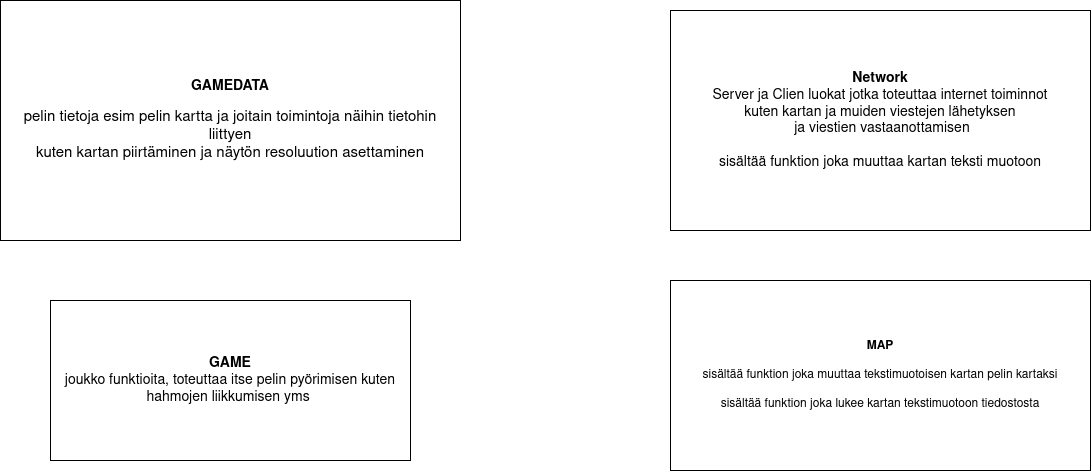
The draw.io diagram documentation/suomenkielinen/kaaviot/ohjelman rakenne.png in andrew-karppinen/kallio, before a commit. Source tidied: cells renumbered, new cells last; positions are measured from the earlier drawing's top-left corner, leaving out a move shared by most shapes.
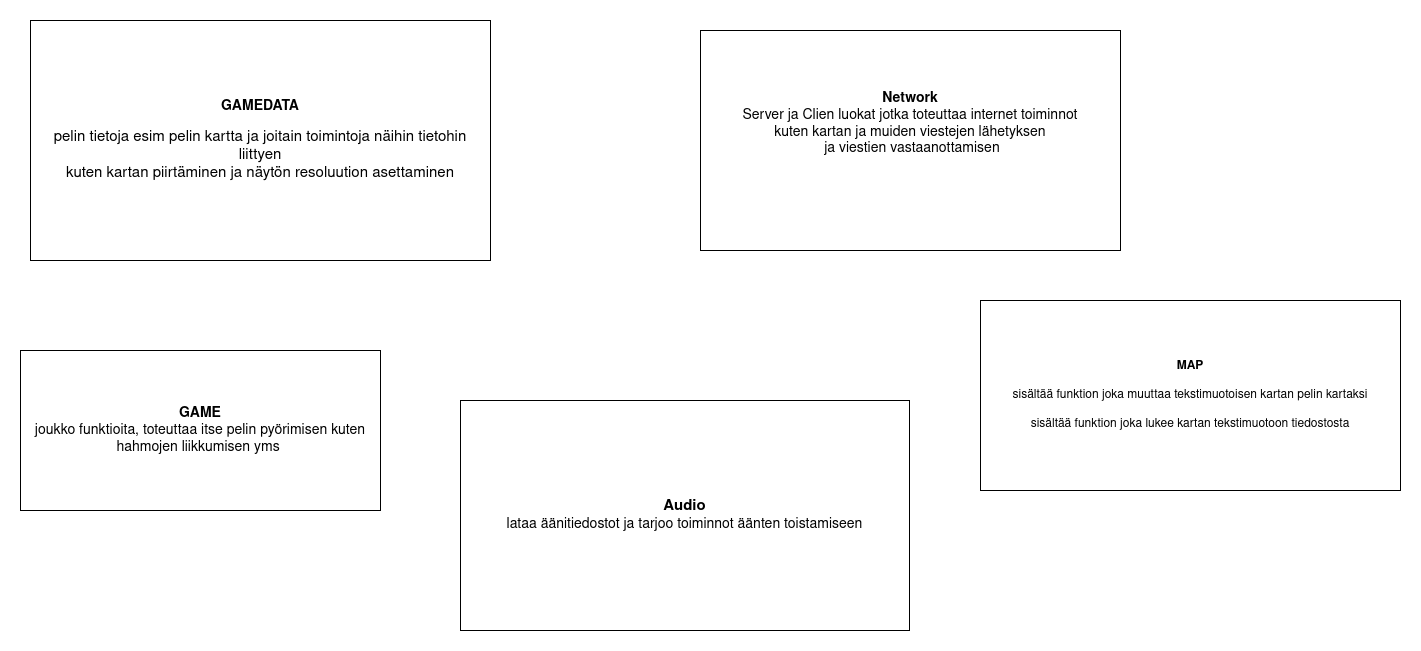
After the change.

Change to the diagram source:
```diff
@@ -3,16 +3,19 @@
     <mxCell id="0" />
     <mxCell id="1" parent="0" />
     <mxCell id="2" value="&lt;div&gt;&lt;font style=&quot;font-size: 14px;&quot;&gt;&lt;b&gt;GAMEDATA&lt;/b&gt;&lt;/font&gt;&lt;/div&gt;&lt;div&gt;&lt;br&gt;&lt;/div&gt;&lt;div style=&quot;font-size: 15px;&quot;&gt;pelin tietoja esim pelin kartta ja joitain toimintoja näihin tietohin liittyen&lt;/div&gt;&lt;div style=&quot;font-size: 15px;&quot;&gt;kuten kartan piirtäminen ja näytön resoluution asettaminen&lt;br&gt;&lt;/div&gt;" style="rounded=0;whiteSpace=wrap;html=1;" parent="1" vertex="1">
-      <mxGeometry width="460" height="240" as="geometry" />
+      <mxGeometry y="100" width="460" height="240" as="geometry" />
     </mxCell>
     <mxCell id="3" value="&lt;div style=&quot;font-size: 14px;&quot;&gt;&lt;b&gt;&lt;font style=&quot;font-size: 14px;&quot;&gt;GAME&lt;/font&gt;&lt;/b&gt;&lt;/div&gt;&lt;div style=&quot;font-size: 14px;&quot;&gt;&lt;font style=&quot;font-size: 14px;&quot;&gt;joukko funktioita, toteuttaa itse pelin pyörimisen kuten hahmojen liikkumisen yms&amp;nbsp; &lt;/font&gt;&lt;/div&gt;" style="rounded=0;whiteSpace=wrap;html=1;" parent="1" vertex="1">
-      <mxGeometry x="50" y="300" width="360" height="160" as="geometry" />
+      <mxGeometry x="-10" y="430" width="360" height="160" as="geometry" />
     </mxCell>
-    <mxCell id="4" value="&lt;div&gt;&lt;font style=&quot;font-size: 14px;&quot;&gt;&lt;b&gt;Network&lt;/b&gt;&lt;/font&gt;&lt;/div&gt;&lt;div style=&quot;font-size: 14px;&quot;&gt;Server ja Clien luokat jotka toteuttaa internet toiminnot&lt;/div&gt;&lt;div style=&quot;font-size: 14px;&quot;&gt;kuten kartan ja muiden viestejen lähetyksen&lt;br&gt;&lt;/div&gt;&lt;div&gt;&lt;font style=&quot;font-size: 14px;&quot;&gt;&amp;nbsp;ja viestien vastaanottamisen&lt;br&gt;&lt;/font&gt;&lt;/div&gt;&lt;div&gt;&lt;font style=&quot;font-size: 14px;&quot;&gt;&lt;br&gt;&lt;/font&gt;&lt;/div&gt;&lt;div&gt;&lt;font style=&quot;font-size: 14px;&quot;&gt;sisältää funktion joka muuttaa kartan teksti muotoon&lt;br&gt;&lt;/font&gt;&lt;/div&gt;" style="rounded=0;whiteSpace=wrap;html=1;" parent="1" vertex="1">
-      <mxGeometry x="670" y="10" width="420" height="220" as="geometry" />
+    <mxCell id="4" value="&lt;div&gt;&lt;font style=&quot;font-size: 14px;&quot;&gt;&lt;b&gt;Network&lt;/b&gt;&lt;/font&gt;&lt;/div&gt;&lt;div style=&quot;font-size: 14px;&quot;&gt;Server ja Clien luokat jotka toteuttaa internet toiminnot&lt;/div&gt;&lt;div style=&quot;font-size: 14px;&quot;&gt;kuten kartan ja muiden viestejen lähetyksen&lt;br&gt;&lt;/div&gt;&lt;div&gt;&lt;font style=&quot;font-size: 14px;&quot;&gt;&amp;nbsp;ja viestien vastaanottamisen&lt;br&gt;&lt;/font&gt;&lt;/div&gt;&lt;div&gt;&lt;font style=&quot;font-size: 14px;&quot;&gt;&lt;br&gt;&lt;/font&gt;&lt;/div&gt;&lt;div&gt;&lt;font style=&quot;font-size: 14px;&quot;&gt;&lt;br&gt;&lt;/font&gt;&lt;/div&gt;" style="rounded=0;whiteSpace=wrap;html=1;" parent="1" vertex="1">
+      <mxGeometry x="670" y="110" width="420" height="220" as="geometry" />
     </mxCell>
     <mxCell id="5" value="&lt;div&gt;&lt;b&gt;MAP&lt;/b&gt;&lt;/div&gt;&lt;div&gt;&lt;br&gt;&lt;/div&gt;&lt;div&gt;sisältää funktion joka muuttaa tekstimuotoisen kartan pelin kartaksi&lt;br&gt;&lt;/div&gt;&lt;div&gt;&lt;br&gt;&lt;/div&gt;&lt;div&gt;sisältää funktion joka lukee kartan tekstimuotoon tiedostosta&lt;br&gt;&lt;/div&gt;" style="rounded=0;whiteSpace=wrap;html=1;" parent="1" vertex="1">
-      <mxGeometry x="670" y="280" width="420" height="190" as="geometry" />
+      <mxGeometry x="950" y="380" width="420" height="190" as="geometry" />
     </mxCell>
+    <mxCell id="6" value="&lt;div&gt;&lt;font style=&quot;font-size: 15px;&quot;&gt;&lt;b&gt;&lt;font style=&quot;font-size: 15px;&quot;&gt;Audio&lt;/font&gt;&lt;/b&gt;&lt;/font&gt;&lt;/div&gt;&lt;font style=&quot;font-size: 14px;&quot;&gt;lataa äänitiedostot ja tarjoo toiminnot äänten toistamiseen&lt;/font&gt;" style="rounded=0;whiteSpace=wrap;html=1;" parent="1" vertex="1">
+      <mxGeometry x="430" y="480" width="449" height="230" as="geometry" />
+    </mxCell>
   </root>
 </mxGraphModel>
```
